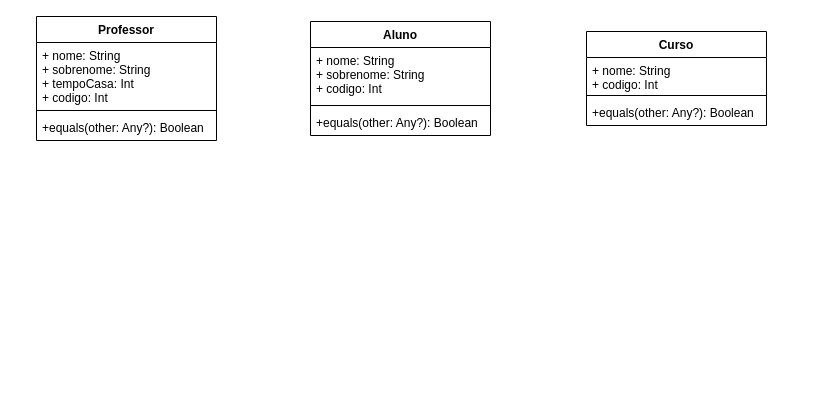
This is UML/Diagrama Desafio Kotlin.drawio from MarcusLoureiro/DesafioKotlin, a draw.io file, before an edit. Source tidied: cells renumbered, new cells numbered last; positions are measured from the earlier drawing's top-left corner, leaving out a move shared by most shapes. Both pictures are drawn from the tidied source at 100%, with x=0, y=0 at pixel (36, 16).
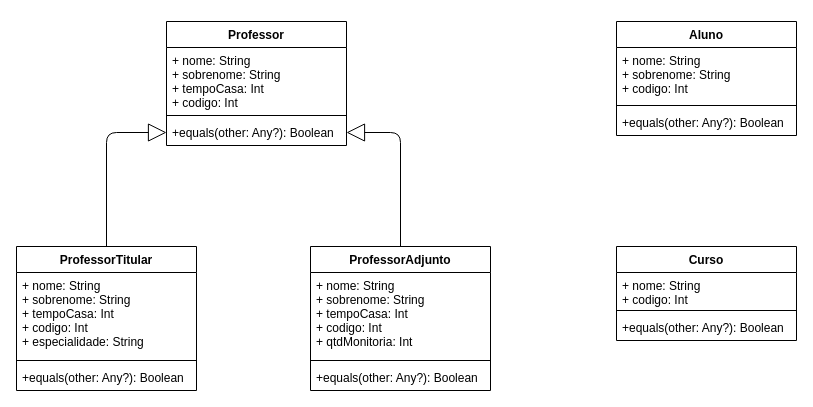
After the change.

Unchanged cells that the change refers to:
```xml
<mxCell id="13" value="+equals(other: Any?): Boolean " style="text;strokeColor=none;fillColor=none;align=left;verticalAlign=top;spacingLeft=4;spacingRight=4;overflow=hidden;points=[[0,0.5],[1,0.5]];portConstraint=eastwest;" parent="10" vertex="1">
  <mxGeometry y="98" width="180" height="26" as="geometry" />
</mxCell>
```

Diff of the diagram source:
```diff
@@
+    <mxCell id="6" value="Curso" style="swimlane;fontStyle=1;align=center;verticalAlign=top;horizontal=1;startSize=26;" parent="1" vertex="1">
+      <mxGeometry x="580" y="230" width="180" height="94" as="geometry" />
+    </mxCell>
+    <mxCell id="7" value="+ nome: String&#10;+ codigo: Int" style="text;strokeColor=none;fillColor=none;align=left;verticalAlign=top;spacingLeft=4;spacingRight=4;overflow=hidden;" parent="6" vertex="1">
+      <mxGeometry y="26" width="180" height="34" as="geometry" />
+    </mxCell>
+    <mxCell id="8" style="line;strokeWidth=1;fillColor=none;align=left;verticalAlign=middle;spacingTop=-1;spacingLeft=3;spacingRight=3;labelPosition=right;" parent="6" vertex="1">
+      <mxGeometry y="60" width="180" height="8" as="geometry" />
+    </mxCell>
+    <mxCell id="9" value="+equals(other: Any?): Boolean " style="text;strokeColor=none;fillColor=none;align=left;verticalAlign=top;spacingLeft=4;spacingRight=4;overflow=hidden;" parent="6" vertex="1">
+      <mxGeometry y="68" width="180" height="26" as="geometry" />
+    </mxCell>
     <mxCell id="2" value="Aluno" style="swimlane;fontStyle=1;align=center;verticalAlign=top;horizontal=1;startSize=26;" parent="1" vertex="1">
-      <mxGeometry x="274" y="5" width="180" height="114" as="geometry" />
+      <mxGeometry x="580" y="5" width="180" height="114" as="geometry" />
     </mxCell>
@@
-    <mxCell id="6" value="Curso" style="swimlane;fontStyle=1;align=center;verticalAlign=top;horizontal=1;startSize=26;" parent="1" vertex="1">
-      <mxGeometry x="550" y="15" width="180" height="94" as="geometry" />
-    </mxCell>
-    <mxCell id="7" value="+ nome: String&#10;+ codigo: Int" style="text;strokeColor=none;fillColor=none;align=left;verticalAlign=top;spacingLeft=4;spacingRight=4;overflow=hidden;" parent="6" vertex="1">
-      <mxGeometry y="26" width="180" height="34" as="geometry" />
-    </mxCell>
-    <mxCell id="8" style="line;strokeWidth=1;fillColor=none;align=left;verticalAlign=middle;spacingTop=-1;spacingLeft=3;spacingRight=3;labelPosition=right;" parent="6" vertex="1">
-      <mxGeometry y="60" width="180" height="8" as="geometry" />
-    </mxCell>
-    <mxCell id="9" value="+equals(other: Any?): Boolean " style="text;strokeColor=none;fillColor=none;align=left;verticalAlign=top;spacingLeft=4;spacingRight=4;overflow=hidden;" parent="6" vertex="1">
-      <mxGeometry y="68" width="180" height="26" as="geometry" />
-    </mxCell>
     <mxCell id="10" value="Professor" style="swimlane;fontStyle=1;align=center;verticalAlign=top;horizontal=1;startSize=26;" parent="1" vertex="1">
-      <mxGeometry width="180" height="124" as="geometry" />
+      <mxGeometry x="130" y="5" width="180" height="124" as="geometry" />
     </mxCell>
@@
+    <mxCell id="14" value="ProfessorAdjunto" style="swimlane;fontStyle=1;align=center;verticalAlign=top;horizontal=1;startSize=26;" parent="1" vertex="1">
+      <mxGeometry x="274" y="230" width="180" height="144" as="geometry" />
+    </mxCell>
+    <mxCell id="15" value="+ nome: String&#10;+ sobrenome: String&#10;+ tempoCasa: Int&#10;+ codigo: Int&#10;+ qtdMonitoria: Int" style="text;strokeColor=none;fillColor=none;align=left;verticalAlign=top;spacingLeft=4;spacingRight=4;overflow=hidden;" parent="14" vertex="1">
+      <mxGeometry y="26" width="180" height="84" as="geometry" />
+    </mxCell>
+    <mxCell id="16" style="line;strokeWidth=1;fillColor=none;align=left;verticalAlign=middle;spacingTop=-1;spacingLeft=3;spacingRight=3;labelPosition=right;" parent="14" vertex="1">
+      <mxGeometry y="110" width="180" height="8" as="geometry" />
+    </mxCell>
+    <mxCell id="17" value="+equals(other: Any?): Boolean " style="text;strokeColor=none;fillColor=none;align=left;verticalAlign=top;spacingLeft=4;spacingRight=4;overflow=hidden;" parent="14" vertex="1">
+      <mxGeometry y="118" width="180" height="26" as="geometry" />
+    </mxCell>
+    <mxCell id="18" style="endArrow=block;endSize=16;endFill=0;html=1;exitX=0.5;exitY=0;exitDx=0;exitDy=0;entryX=0;entryY=0.5;entryDx=0;entryDy=0;" parent="1" edge="1" source="19" target="13">
+      <mxGeometry relative="1" as="geometry">
+        <Array as="points">
+          <mxPoint x="70" y="116" />
+        </Array>
+      </mxGeometry>
+    </mxCell>
+    <mxCell id="19" value="ProfessorTitular" style="swimlane;fontStyle=1;align=center;verticalAlign=top;horizontal=1;startSize=26;" parent="1" vertex="1">
+      <mxGeometry x="-20" y="230" width="180" height="144" as="geometry" />
+    </mxCell>
+    <mxCell id="20" value="+ nome: String&#10;+ sobrenome: String&#10;+ tempoCasa: Int&#10;+ codigo: Int&#10;+ especialidade: String" style="text;strokeColor=none;fillColor=none;align=left;verticalAlign=top;spacingLeft=4;spacingRight=4;overflow=hidden;" parent="19" vertex="1">
+      <mxGeometry y="26" width="180" height="84" as="geometry" />
+    </mxCell>
+    <mxCell id="21" style="line;strokeWidth=1;fillColor=none;align=left;verticalAlign=middle;spacingTop=-1;spacingLeft=3;spacingRight=3;labelPosition=right;" parent="19" vertex="1">
+      <mxGeometry y="110" width="180" height="8" as="geometry" />
+    </mxCell>
+    <mxCell id="22" value="+equals(other: Any?): Boolean " style="text;strokeColor=none;fillColor=none;align=left;verticalAlign=top;spacingLeft=4;spacingRight=4;overflow=hidden;" parent="19" vertex="1">
+      <mxGeometry y="118" width="180" height="26" as="geometry" />
+    </mxCell>
+    <mxCell id="23" style="endArrow=block;endSize=16;endFill=0;html=1;exitX=0.5;exitY=0;exitDx=0;exitDy=0;entryX=1;entryY=0.5;entryDx=0;entryDy=0;" parent="1" edge="1" target="13">
+      <mxGeometry relative="1" as="geometry">
+        <mxPoint x="364" y="230" as="sourcePoint" />
+        <Array as="points">
+          <mxPoint x="364" y="116" />
+        </Array>
+      </mxGeometry>
+    </mxCell>
```
